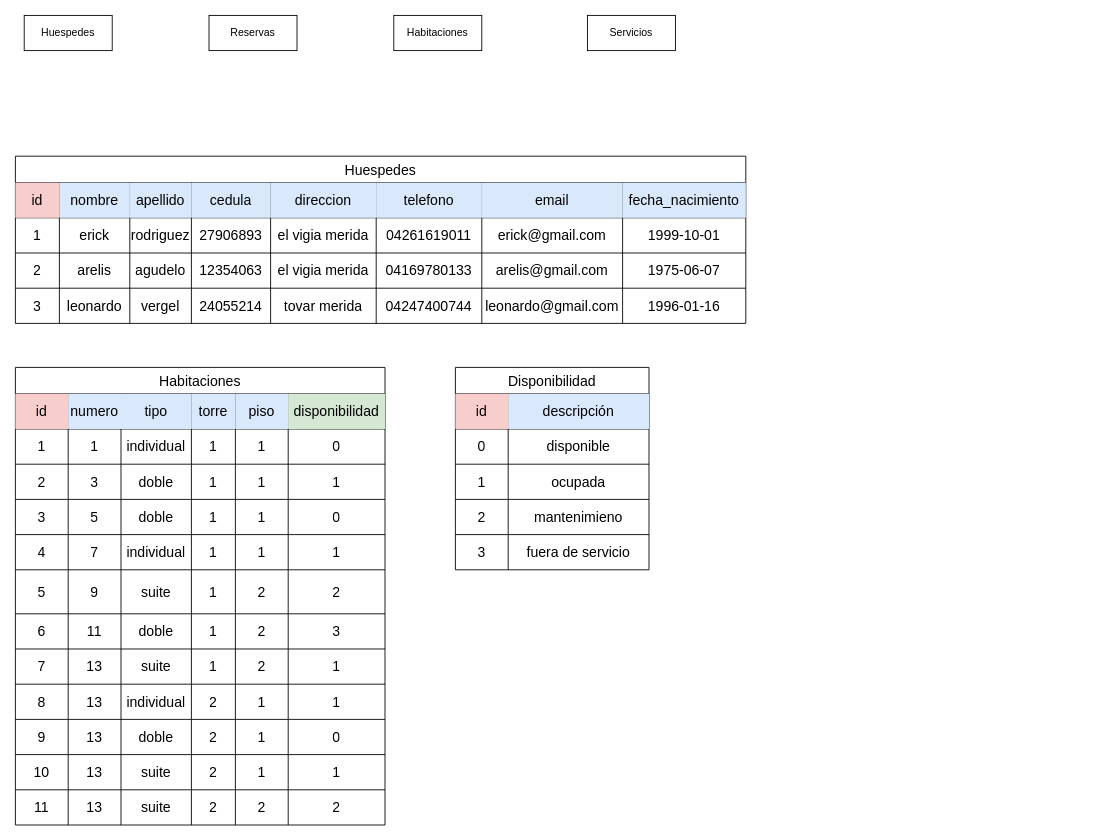
This is hotel.drawio from AlbanyNVRodriguez/draw---diagrams, a draw.io file, before an edit. Source tidied: cells renumbered, new cells numbered last; positions are measured from the earlier drawing's top-left corner, leaving out a move shared by most shapes. Both pictures are drawn from the tidied source at 88%, with x=0, y=0 at pixel (15, 15).
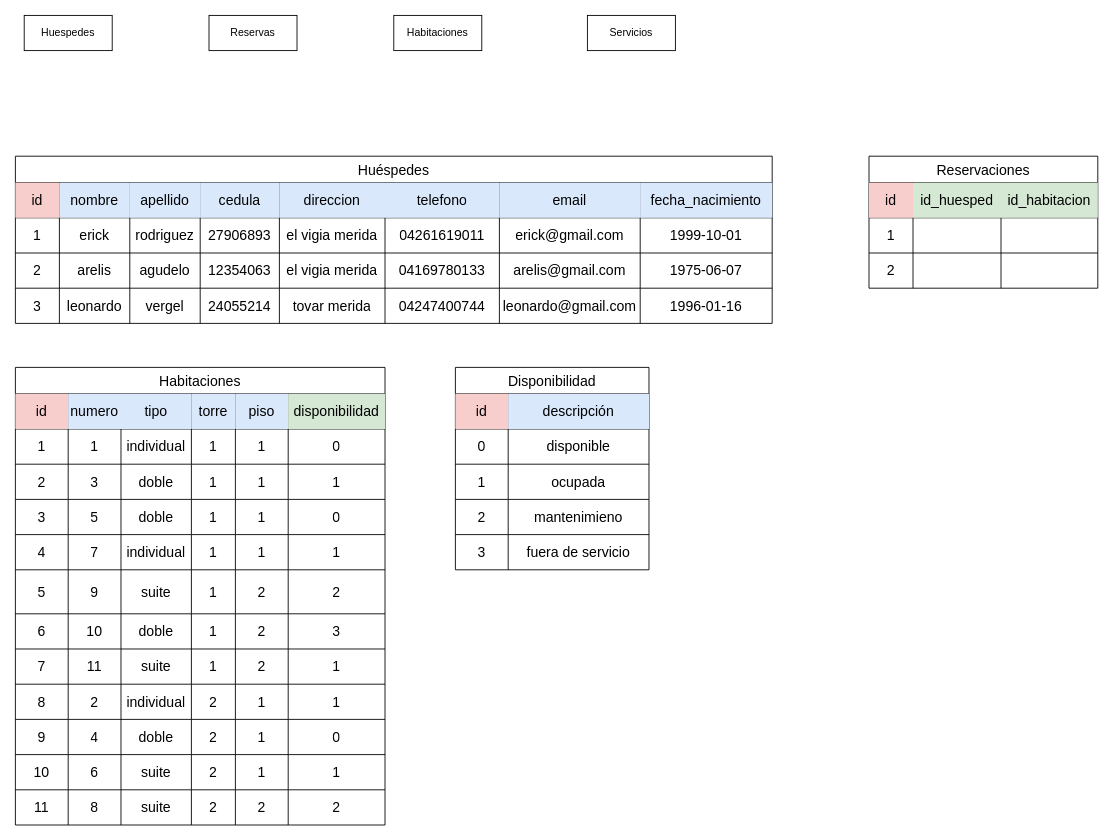
After the change.

Unchanged cells that the change refers to:
```xml
<mxCell id="86" style="shape=tableRow;horizontal=0;startSize=0;swimlaneHead=0;swimlaneBody=0;strokeColor=inherit;top=0;left=0;bottom=0;right=0;fillColor=none;fontSize=16;" parent="43" vertex="1">
  <mxGeometry y="280" width="420" height="40" as="geometry" />
</mxCell>
<mxCell id="93" style="shape=tableRow;horizontal=0;startSize=0;swimlaneHead=0;swimlaneBody=0;strokeColor=inherit;top=0;left=0;bottom=0;right=0;fillColor=none;fontSize=16;" parent="43" vertex="1">
  <mxGeometry y="320" width="420" height="40" as="geometry" />
</mxCell>
<mxCell id="100" style="shape=tableRow;horizontal=0;startSize=0;swimlaneHead=0;swimlaneBody=0;strokeColor=inherit;top=0;left=0;bottom=0;right=0;fillColor=none;fontSize=16;" parent="43" vertex="1">
  <mxGeometry y="360" width="420" height="40" as="geometry" />
</mxCell>
<mxCell id="107" style="shape=tableRow;horizontal=0;startSize=0;swimlaneHead=0;swimlaneBody=0;strokeColor=inherit;top=0;left=0;bottom=0;right=0;fillColor=none;fontSize=16;" parent="43" vertex="1">
  <mxGeometry y="400" width="420" height="40" as="geometry" />
</mxCell>
<mxCell id="114" style="shape=tableRow;horizontal=0;startSize=0;swimlaneHead=0;swimlaneBody=0;strokeColor=inherit;top=0;left=0;bottom=0;right=0;fillColor=none;fontSize=16;" parent="43" vertex="1">
  <mxGeometry y="440" width="420" height="40" as="geometry" />
</mxCell>
<mxCell id="121" style="shape=tableRow;horizontal=0;startSize=0;swimlaneHead=0;swimlaneBody=0;strokeColor=inherit;top=0;left=0;bottom=0;right=0;fillColor=none;fontSize=16;" parent="43" vertex="1">
  <mxGeometry y="480" width="420" height="40" as="geometry" />
</mxCell>
```

Diff of the diagram source:
```diff
@@
-    <mxCell id="6" value="Huespedes" style="shape=table;startSize=30;childLayout=tableLayout;strokeColor=default;fontSize=16;" parent="1" vertex="1">
-      <mxGeometry y="160" width="830" height="190" as="geometry" />
+    <mxCell id="6" value="Huéspedes" style="shape=table;startSize=30;childLayout=tableLayout;strokeColor=default;fontSize=16;" parent="1" vertex="1">
+      <mxGeometry y="160" width="860" height="190" as="geometry" />
     </mxCell>
     <mxCell id="7" style="shape=tableRow;horizontal=0;startSize=0;swimlaneHead=0;swimlaneBody=0;strokeColor=inherit;top=0;left=0;bottom=0;right=0;fillColor=none;fontSize=16;" parent="6" vertex="1">
-      <mxGeometry y="30" width="830" height="40" as="geometry" />
+      <mxGeometry y="30" width="860" height="40" as="geometry" />
     </mxCell>
@@
     <mxCell id="10" value="apellido" style="shape=partialRectangle;html=1;whiteSpace=wrap;strokeColor=#6c8ebf;overflow=hidden;fillColor=#dae8fc;top=0;left=0;bottom=0;right=0;fontSize=16;" parent="7" vertex="1">
-      <mxGeometry x="130" width="70" height="40" as="geometry" />
+      <mxGeometry x="130" width="80" height="40" as="geometry" />
     </mxCell>
     <mxCell id="11" value="cedula" style="shape=partialRectangle;html=1;whiteSpace=wrap;strokeColor=#6c8ebf;overflow=hidden;fillColor=#dae8fc;top=0;left=0;bottom=0;right=0;fontSize=16;" parent="7" vertex="1">
-      <mxGeometry x="200" width="90" height="40" as="geometry" />
+      <mxGeometry x="210" width="90" height="40" as="geometry" />
     </mxCell>
     <mxCell id="12" value="direccion" style="shape=partialRectangle;html=1;whiteSpace=wrap;strokeColor=#6c8ebf;overflow=hidden;fillColor=#dae8fc;top=0;left=0;bottom=0;right=0;fontSize=16;" parent="7" vertex="1">
-      <mxGeometry x="290" width="120" height="40" as="geometry" />
+      <mxGeometry x="300" width="120" height="40" as="geometry" />
     </mxCell>
     <mxCell id="13" value="telefono" style="shape=partialRectangle;html=1;whiteSpace=wrap;strokeColor=#6c8ebf;overflow=hidden;fillColor=#dae8fc;top=0;left=0;bottom=0;right=0;fontSize=16;" parent="7" vertex="1">
-      <mxGeometry x="410" width="120" height="40" as="geometry" />
+      <mxGeometry x="420" width="130" height="40" as="geometry" />
     </mxCell>
     <mxCell id="14" value="email" style="shape=partialRectangle;html=1;whiteSpace=wrap;strokeColor=#6c8ebf;overflow=hidden;fillColor=#dae8fc;top=0;left=0;bottom=0;right=0;fontSize=16;" parent="7" vertex="1">
-      <mxGeometry x="530" width="160" height="40" as="geometry" />
+      <mxGeometry x="550" width="160" height="40" as="geometry" />
     </mxCell>
     <mxCell id="15" value="fecha_nacimiento" style="shape=partialRectangle;html=1;whiteSpace=wrap;strokeColor=#6c8ebf;overflow=hidden;fillColor=#dae8fc;top=0;left=0;bottom=0;right=0;fontSize=16;" parent="7" vertex="1">
-      <mxGeometry x="690" width="140" height="40" as="geometry" />
+      <mxGeometry x="710" width="150" height="40" as="geometry" />
     </mxCell>
     <mxCell id="16" style="shape=tableRow;horizontal=0;startSize=0;swimlaneHead=0;swimlaneBody=0;strokeColor=inherit;top=0;left=0;bottom=0;right=0;fillColor=none;fontSize=16;" parent="6" vertex="1">
-      <mxGeometry y="70" width="830" height="40" as="geometry" />
+      <mxGeometry y="70" width="860" height="40" as="geometry" />
     </mxCell>
@@
     <mxCell id="19" value="rodriguez" style="shape=partialRectangle;html=1;whiteSpace=wrap;strokeColor=inherit;overflow=hidden;fillColor=none;top=0;left=0;bottom=0;right=0;fontSize=16;" parent="16" vertex="1">
-      <mxGeometry x="130" width="70" height="40" as="geometry" />
+      <mxGeometry x="130" width="80" height="40" as="geometry" />
     </mxCell>
     <mxCell id="20" value="27906893" style="shape=partialRectangle;html=1;whiteSpace=wrap;strokeColor=inherit;overflow=hidden;fillColor=none;top=0;left=0;bottom=0;right=0;fontSize=16;" parent="16" vertex="1">
-      <mxGeometry x="200" width="90" height="40" as="geometry" />
+      <mxGeometry x="210" width="90" height="40" as="geometry" />
     </mxCell>
     <mxCell id="21" value="el vigia merida" style="shape=partialRectangle;html=1;whiteSpace=wrap;strokeColor=inherit;overflow=hidden;fillColor=none;top=0;left=0;bottom=0;right=0;fontSize=16;" parent="16" vertex="1">
-      <mxGeometry x="290" width="120" height="40" as="geometry" />
+      <mxGeometry x="300" width="120" height="40" as="geometry" />
     </mxCell>
     <mxCell id="22" value="04261619011" style="shape=partialRectangle;html=1;whiteSpace=wrap;strokeColor=inherit;overflow=hidden;fillColor=none;top=0;left=0;bottom=0;right=0;fontSize=16;" parent="16" vertex="1">
-      <mxGeometry x="410" width="120" height="40" as="geometry" />
+      <mxGeometry x="420" width="130" height="40" as="geometry" />
     </mxCell>
     <mxCell id="23" value="erick@gmail.com" style="shape=partialRectangle;html=1;whiteSpace=wrap;strokeColor=inherit;overflow=hidden;fillColor=none;top=0;left=0;bottom=0;right=0;fontSize=16;" parent="16" vertex="1">
-      <mxGeometry x="530" width="160" height="40" as="geometry" />
+      <mxGeometry x="550" width="160" height="40" as="geometry" />
     </mxCell>
     <mxCell id="24" value="1999-10-01" style="shape=partialRectangle;html=1;whiteSpace=wrap;strokeColor=inherit;overflow=hidden;fillColor=none;top=0;left=0;bottom=0;right=0;fontSize=16;" parent="16" vertex="1">
-      <mxGeometry x="690" width="140" height="40" as="geometry" />
+      <mxGeometry x="710" width="150" height="40" as="geometry" />
     </mxCell>
     <mxCell id="25" style="shape=tableRow;horizontal=0;startSize=0;swimlaneHead=0;swimlaneBody=0;strokeColor=inherit;top=0;left=0;bottom=0;right=0;fillColor=none;fontSize=16;" parent="6" vertex="1">
-      <mxGeometry y="110" width="830" height="40" as="geometry" />
+      <mxGeometry y="110" width="860" height="40" as="geometry" />
     </mxCell>
@@
     <mxCell id="28" value="agudelo" style="shape=partialRectangle;html=1;whiteSpace=wrap;strokeColor=inherit;overflow=hidden;fillColor=none;top=0;left=0;bottom=0;right=0;fontSize=16;" parent="25" vertex="1">
-      <mxGeometry x="130" width="70" height="40" as="geometry" />
+      <mxGeometry x="130" width="80" height="40" as="geometry" />
     </mxCell>
     <mxCell id="29" value="12354063" style="shape=partialRectangle;html=1;whiteSpace=wrap;strokeColor=inherit;overflow=hidden;fillColor=none;top=0;left=0;bottom=0;right=0;fontSize=16;" parent="25" vertex="1">
-      <mxGeometry x="200" width="90" height="40" as="geometry" />
+      <mxGeometry x="210" width="90" height="40" as="geometry" />
     </mxCell>
     <mxCell id="30" value="el vigia merida" style="shape=partialRectangle;html=1;whiteSpace=wrap;strokeColor=inherit;overflow=hidden;fillColor=none;top=0;left=0;bottom=0;right=0;fontSize=16;" parent="25" vertex="1">
-      <mxGeometry x="290" width="120" height="40" as="geometry" />
+      <mxGeometry x="300" width="120" height="40" as="geometry" />
     </mxCell>
     <mxCell id="31" value="04169780133" style="shape=partialRectangle;html=1;whiteSpace=wrap;strokeColor=inherit;overflow=hidden;fillColor=none;top=0;left=0;bottom=0;right=0;fontSize=16;" parent="25" vertex="1">
-      <mxGeometry x="410" width="120" height="40" as="geometry" />
+      <mxGeometry x="420" width="130" height="40" as="geometry" />
     </mxCell>
     <mxCell id="32" value="arelis@gmail.com" style="shape=partialRectangle;html=1;whiteSpace=wrap;strokeColor=inherit;overflow=hidden;fillColor=none;top=0;left=0;bottom=0;right=0;fontSize=16;" parent="25" vertex="1">
-      <mxGeometry x="530" width="160" height="40" as="geometry" />
+      <mxGeometry x="550" width="160" height="40" as="geometry" />
     </mxCell>
     <mxCell id="33" value="1975-06-07" style="shape=partialRectangle;html=1;whiteSpace=wrap;strokeColor=inherit;overflow=hidden;fillColor=none;top=0;left=0;bottom=0;right=0;fontSize=16;" parent="25" vertex="1">
-      <mxGeometry x="690" width="140" height="40" as="geometry" />
+      <mxGeometry x="710" width="150" height="40" as="geometry" />
     </mxCell>
     <mxCell id="34" style="shape=tableRow;horizontal=0;startSize=0;swimlaneHead=0;swimlaneBody=0;strokeColor=inherit;top=0;left=0;bottom=0;right=0;fillColor=none;fontSize=16;" parent="6" vertex="1">
-      <mxGeometry y="150" width="830" height="40" as="geometry" />
+      <mxGeometry y="150" width="860" height="40" as="geometry" />
     </mxCell>
@@
     <mxCell id="37" value="vergel" style="shape=partialRectangle;html=1;whiteSpace=wrap;strokeColor=inherit;overflow=hidden;fillColor=none;top=0;left=0;bottom=0;right=0;fontSize=16;" parent="34" vertex="1">
-      <mxGeometry x="130" width="70" height="40" as="geometry" />
+      <mxGeometry x="130" width="80" height="40" as="geometry" />
     </mxCell>
     <mxCell id="38" value="24055214" style="shape=partialRectangle;html=1;whiteSpace=wrap;strokeColor=inherit;overflow=hidden;fillColor=none;top=0;left=0;bottom=0;right=0;fontSize=16;" parent="34" vertex="1">
-      <mxGeometry x="200" width="90" height="40" as="geometry" />
+      <mxGeometry x="210" width="90" height="40" as="geometry" />
     </mxCell>
     <mxCell id="39" value="tovar merida" style="shape=partialRectangle;html=1;whiteSpace=wrap;strokeColor=inherit;overflow=hidden;fillColor=none;top=0;left=0;bottom=0;right=0;fontSize=16;" parent="34" vertex="1">
-      <mxGeometry x="290" width="120" height="40" as="geometry" />
+      <mxGeometry x="300" width="120" height="40" as="geometry" />
     </mxCell>
     <mxCell id="40" value="04247400744" style="shape=partialRectangle;html=1;whiteSpace=wrap;strokeColor=inherit;overflow=hidden;fillColor=none;top=0;left=0;bottom=0;right=0;fontSize=16;" parent="34" vertex="1">
-      <mxGeometry x="410" width="120" height="40" as="geometry" />
+      <mxGeometry x="420" width="130" height="40" as="geometry" />
     </mxCell>
     <mxCell id="41" value="leonardo@gmail.com" style="shape=partialRectangle;html=1;whiteSpace=wrap;strokeColor=inherit;overflow=hidden;fillColor=none;top=0;left=0;bottom=0;right=0;fontSize=16;" parent="34" vertex="1">
-      <mxGeometry x="530" width="160" height="40" as="geometry" />
+      <mxGeometry x="550" width="160" height="40" as="geometry" />
     </mxCell>
     <mxCell id="42" value="1996-01-16" style="shape=partialRectangle;html=1;whiteSpace=wrap;strokeColor=inherit;overflow=hidden;fillColor=none;top=0;left=0;bottom=0;right=0;fontSize=16;" parent="34" vertex="1">
-      <mxGeometry x="690" width="140" height="40" as="geometry" />
+      <mxGeometry x="710" width="150" height="40" as="geometry" />
     </mxCell>
@@
-    <mxCell id="88" value="11" style="shape=partialRectangle;html=1;whiteSpace=wrap;strokeColor=inherit;overflow=hidden;fillColor=none;top=0;left=0;bottom=0;right=0;fontSize=16;" parent="86" vertex="1">
+    <mxCell id="88" value="10" style="shape=partialRectangle;html=1;whiteSpace=wrap;strokeColor=inherit;overflow=hidden;fillColor=none;top=0;left=0;bottom=0;right=0;fontSize=16;" parent="86" vertex="1">
       <mxGeometry x="60" width="60" height="40" as="geometry" />
     </mxCell>
@@
-    <mxCell id="95" value="13" style="shape=partialRectangle;html=1;whiteSpace=wrap;strokeColor=inherit;overflow=hidden;fillColor=none;top=0;left=0;bottom=0;right=0;fontSize=16;" parent="93" vertex="1">
+    <mxCell id="95" value="11" style="shape=partialRectangle;html=1;whiteSpace=wrap;strokeColor=inherit;overflow=hidden;fillColor=none;top=0;left=0;bottom=0;right=0;fontSize=16;" parent="93" vertex="1">
       <mxGeometry x="60" width="60" height="40" as="geometry" />
     </mxCell>
@@
-    <mxCell id="102" value="13" style="shape=partialRectangle;html=1;whiteSpace=wrap;strokeColor=inherit;overflow=hidden;fillColor=none;top=0;left=0;bottom=0;right=0;fontSize=16;" parent="100" vertex="1">
+    <mxCell id="102" value="2" style="shape=partialRectangle;html=1;whiteSpace=wrap;strokeColor=inherit;overflow=hidden;fillColor=none;top=0;left=0;bottom=0;right=0;fontSize=16;" parent="100" vertex="1">
       <mxGeometry x="60" width="60" height="40" as="geometry" />
     </mxCell>
@@
-    <mxCell id="109" value="13" style="shape=partialRectangle;html=1;whiteSpace=wrap;strokeColor=inherit;overflow=hidden;fillColor=none;top=0;left=0;bottom=0;right=0;fontSize=16;" parent="107" vertex="1">
+    <mxCell id="109" value="4" style="shape=partialRectangle;html=1;whiteSpace=wrap;strokeColor=inherit;overflow=hidden;fillColor=none;top=0;left=0;bottom=0;right=0;fontSize=16;" parent="107" vertex="1">
       <mxGeometry x="60" width="60" height="40" as="geometry" />
     </mxCell>
@@
-    <mxCell id="116" value="13" style="shape=partialRectangle;html=1;whiteSpace=wrap;strokeColor=inherit;overflow=hidden;fillColor=none;top=0;left=0;bottom=0;right=0;fontSize=16;" parent="114" vertex="1">
+    <mxCell id="116" value="6" style="shape=partialRectangle;html=1;whiteSpace=wrap;strokeColor=inherit;overflow=hidden;fillColor=none;top=0;left=0;bottom=0;right=0;fontSize=16;" parent="114" vertex="1">
       <mxGeometry x="60" width="60" height="40" as="geometry" />
     </mxCell>
@@
-    <mxCell id="123" value="13" style="shape=partialRectangle;html=1;whiteSpace=wrap;strokeColor=inherit;overflow=hidden;fillColor=none;top=0;left=0;bottom=0;right=0;fontSize=16;" parent="121" vertex="1">
+    <mxCell id="123" value="8" style="shape=partialRectangle;html=1;whiteSpace=wrap;strokeColor=inherit;overflow=hidden;fillColor=none;top=0;left=0;bottom=0;right=0;fontSize=16;" parent="121" vertex="1">
       <mxGeometry x="60" width="60" height="40" as="geometry" />
     </mxCell>
@@
+    <mxCell id="144" value="Reservaciones" style="shape=table;startSize=30;childLayout=tableLayout;strokeColor=default;fontSize=16;" parent="1" vertex="1">
+      <mxGeometry x="970" y="160" width="260" height="150" as="geometry" />
+    </mxCell>
+    <mxCell id="145" style="shape=tableRow;horizontal=0;startSize=0;swimlaneHead=0;swimlaneBody=0;strokeColor=inherit;top=0;left=0;bottom=0;right=0;fillColor=none;fontSize=16;" parent="144" vertex="1">
+      <mxGeometry y="30" width="260" height="40" as="geometry" />
+    </mxCell>
+    <mxCell id="146" value="id" style="shape=partialRectangle;html=1;whiteSpace=wrap;strokeColor=#b85450;overflow=hidden;fillColor=#f8cecc;top=0;left=0;bottom=0;right=0;fontSize=16;" parent="145" vertex="1">
+      <mxGeometry width="50" height="40" as="geometry" />
+    </mxCell>
+    <mxCell id="147" value="id_huesped" style="shape=partialRectangle;html=1;whiteSpace=wrap;strokeColor=#82b366;overflow=hidden;fillColor=#d5e8d4;top=0;left=0;bottom=0;right=0;fontSize=16;" parent="145" vertex="1">
+      <mxGeometry x="50" width="100" height="40" as="geometry" />
+    </mxCell>
+    <mxCell id="148" value="id_habitacion" style="shape=partialRectangle;html=1;whiteSpace=wrap;strokeColor=#82b366;overflow=hidden;fillColor=#d5e8d4;top=0;left=0;bottom=0;right=0;fontSize=16;" parent="145" vertex="1">
+      <mxGeometry x="150" width="110" height="40" as="geometry" />
+    </mxCell>
+    <mxCell id="149" style="shape=tableRow;horizontal=0;startSize=0;swimlaneHead=0;swimlaneBody=0;strokeColor=inherit;top=0;left=0;bottom=0;right=0;fillColor=none;fontSize=16;" parent="144" vertex="1">
+      <mxGeometry y="70" width="260" height="40" as="geometry" />
+    </mxCell>
+    <mxCell id="150" value="1" style="shape=partialRectangle;html=1;whiteSpace=wrap;strokeColor=inherit;overflow=hidden;fillColor=none;top=0;left=0;bottom=0;right=0;fontSize=16;" parent="149" vertex="1">
+      <mxGeometry width="50" height="40" as="geometry" />
+    </mxCell>
+    <mxCell id="151" style="shape=partialRectangle;html=1;whiteSpace=wrap;strokeColor=inherit;overflow=hidden;fillColor=none;top=0;left=0;bottom=0;right=0;fontSize=16;" parent="149" vertex="1">
+      <mxGeometry x="50" width="100" height="40" as="geometry" />
+    </mxCell>
+    <mxCell id="152" style="shape=partialRectangle;html=1;whiteSpace=wrap;strokeColor=inherit;overflow=hidden;fillColor=none;top=0;left=0;bottom=0;right=0;fontSize=16;" parent="149" vertex="1">
+      <mxGeometry x="150" width="110" height="40" as="geometry" />
+    </mxCell>
+    <mxCell id="153" style="shape=tableRow;horizontal=0;startSize=0;swimlaneHead=0;swimlaneBody=0;strokeColor=inherit;top=0;left=0;bottom=0;right=0;fillColor=none;fontSize=16;" parent="144" vertex="1">
+      <mxGeometry y="110" width="260" height="40" as="geometry" />
+    </mxCell>
+    <mxCell id="154" value="2" style="shape=partialRectangle;html=1;whiteSpace=wrap;strokeColor=inherit;overflow=hidden;fillColor=none;top=0;left=0;bottom=0;right=0;fontSize=16;" parent="153" vertex="1">
+      <mxGeometry width="50" height="40" as="geometry" />
+    </mxCell>
+    <mxCell id="155" style="shape=partialRectangle;html=1;whiteSpace=wrap;strokeColor=inherit;overflow=hidden;fillColor=none;top=0;left=0;bottom=0;right=0;fontSize=16;" parent="153" vertex="1">
+      <mxGeometry x="50" width="100" height="40" as="geometry" />
+    </mxCell>
+    <mxCell id="156" style="shape=partialRectangle;html=1;whiteSpace=wrap;strokeColor=inherit;overflow=hidden;fillColor=none;top=0;left=0;bottom=0;right=0;fontSize=16;" parent="153" vertex="1">
+      <mxGeometry x="150" width="110" height="40" as="geometry" />
+    </mxCell>
```
